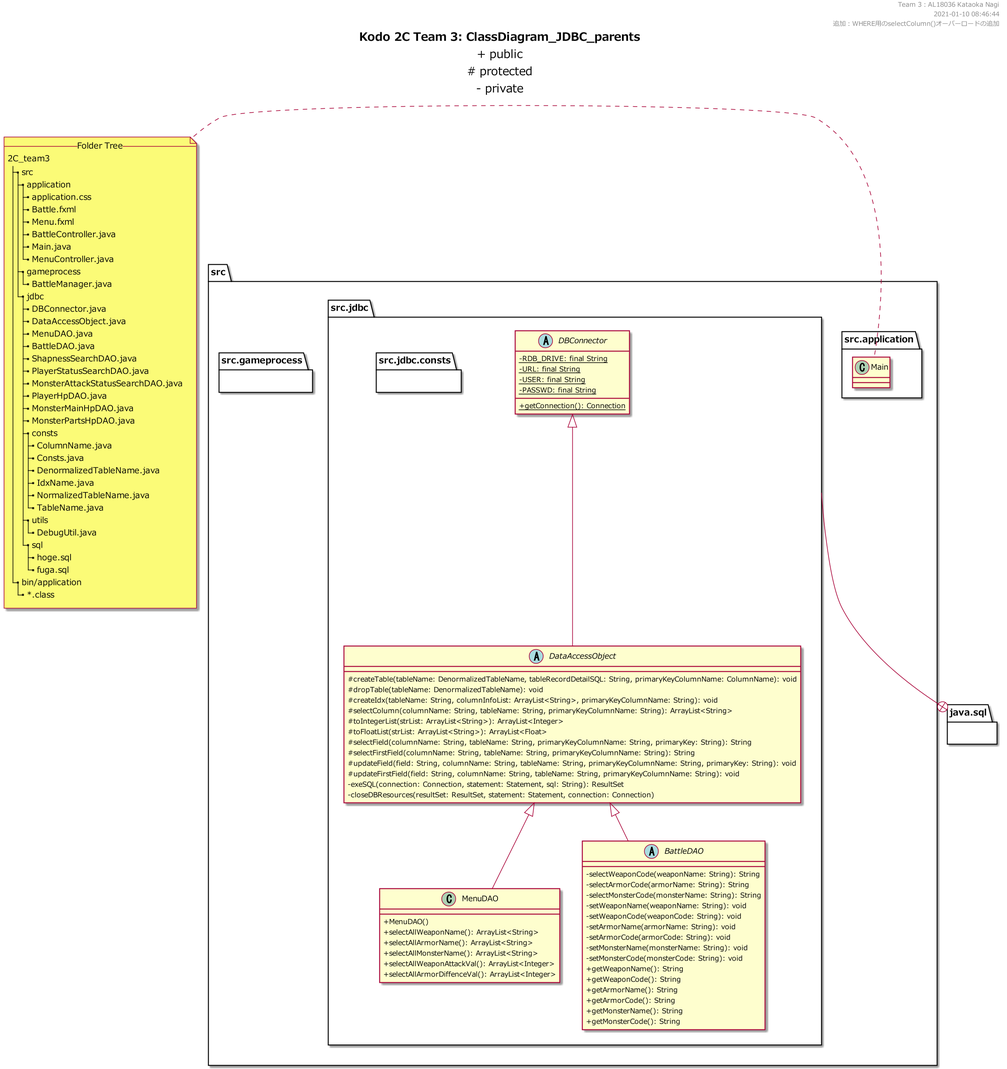
Earlier version of the PlantUML export uml/out/ClassDiagram_JDBC_parents.png (KataokaNagi/2C_team3).
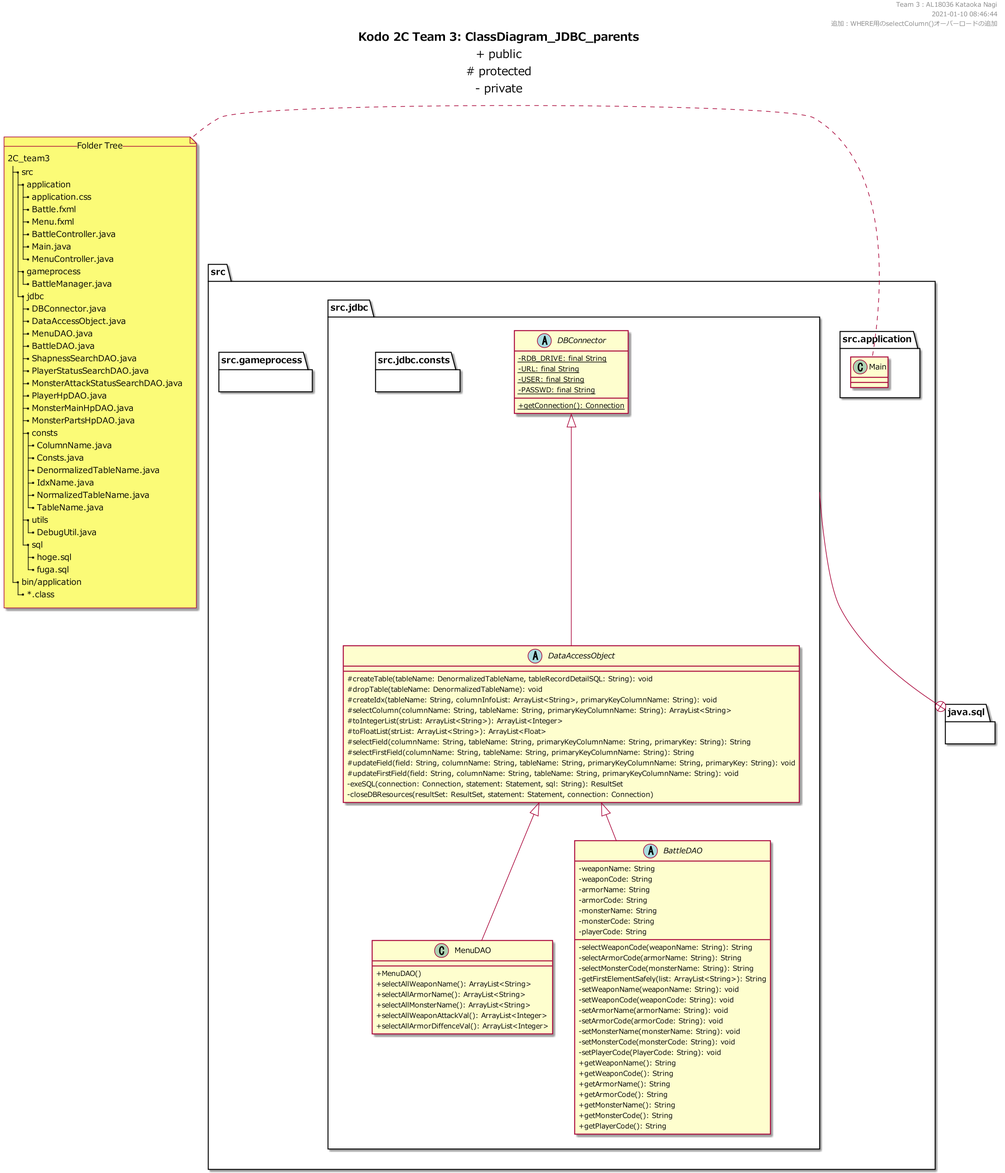
The same file after the commit.

Commit message:
クラス図の微修正

What changed in the source:
```diff
@@ -107,7 +107,7 @@
   }
 
   abstract class DataAccessObject extends DBConnector {
-    # createTable(tableName: DenormalizedTableName, tableRecordDetailSQL: String, primaryKeyColumnName: ColumnName): void
+    # createTable(tableName: DenormalizedTableName, tableRecordDetailSQL: String): void
     # dropTable(tableName: DenormalizedTableName): void
     # createIdx(tableName: String, columnInfoList: ArrayList<String>, primaryKeyColumnName: String): void
     # selectColumn(columnName: String, tableName: String, primaryKeyColumnName: String): ArrayList<String>
@@ -131,21 +131,31 @@
   }
 
   abstract class BattleDAO extends DataAccessObject {
+  - weaponName: String
+  - weaponCode: String
+  - armorName: String
+  - armorCode: String
+  - monsterName: String
+  - monsterCode: String
+  - playerCode: String
   - selectWeaponCode(weaponName: String): String
   - selectArmorCode(armorName: String): String
   - selectMonsterCode(monsterName: String): String
+  - getFirstElementSafely(list: ArrayList<String>): String
   - setWeaponName(weaponName: String): void
   - setWeaponCode(weaponCode: String): void
   - setArmorName(armorName: String): void
   - setArmorCode(armorCode: String): void
   - setMonsterName(monsterName: String): void
   - setMonsterCode(monsterCode: String): void
+  - setPlayerCode(PlayerCode: String): void
   + getWeaponName(): String
   + getWeaponCode(): String
   + getArmorName(): String
   + getArmorCode(): String
   + getMonsterName(): String
   + getMonsterCode(): String
+  + getPlayerCode(): String
   }
 }
 
```
